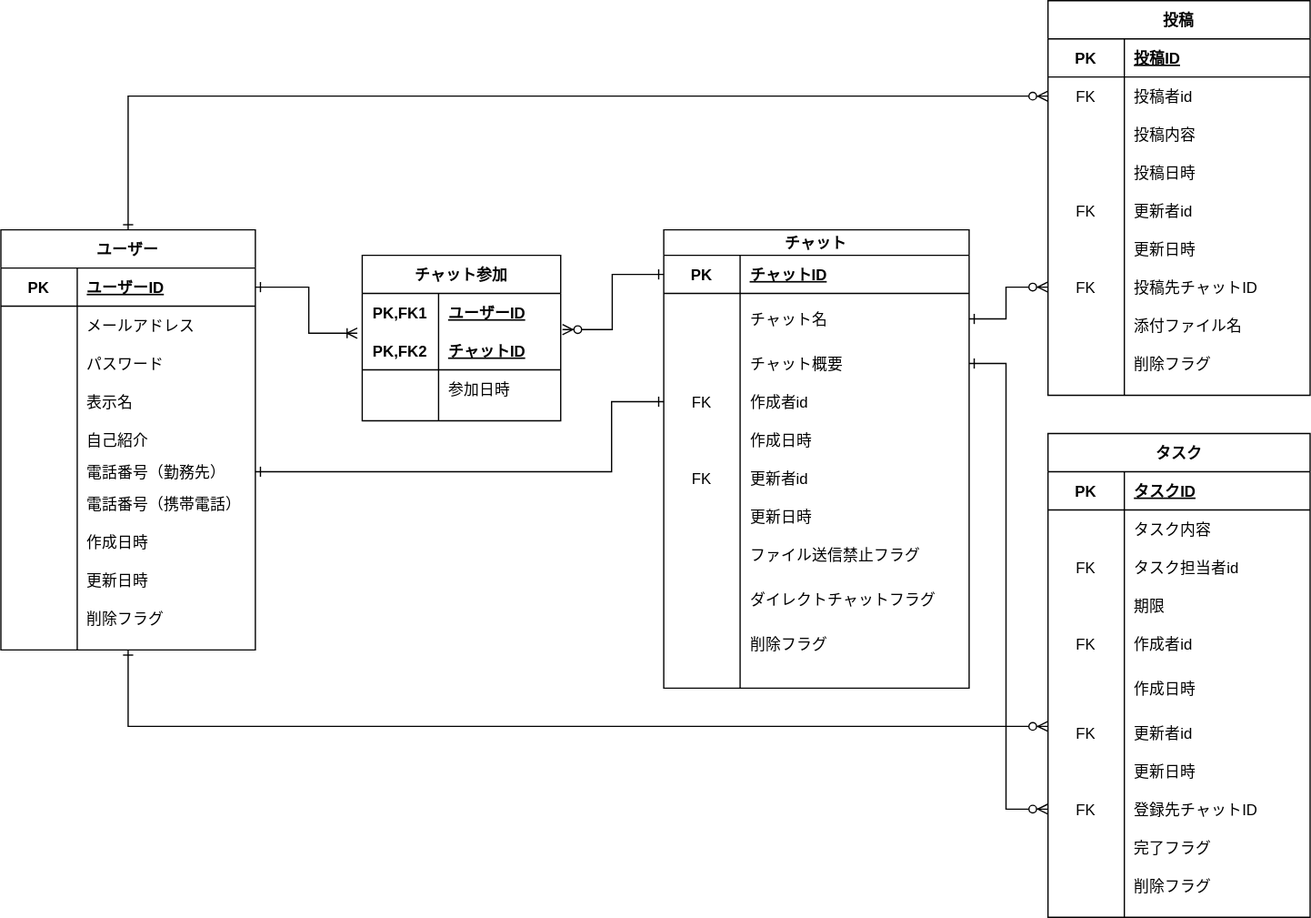
Before: db/db-challenge1/ERDiagram.drawio.svg, a diagram exported from draw.io (fjsho/codegym-db). Source tidied: cells renumbered, new cells last; positions are measured from the earlier drawing's top-left corner, leaving out a move shared by most shapes.
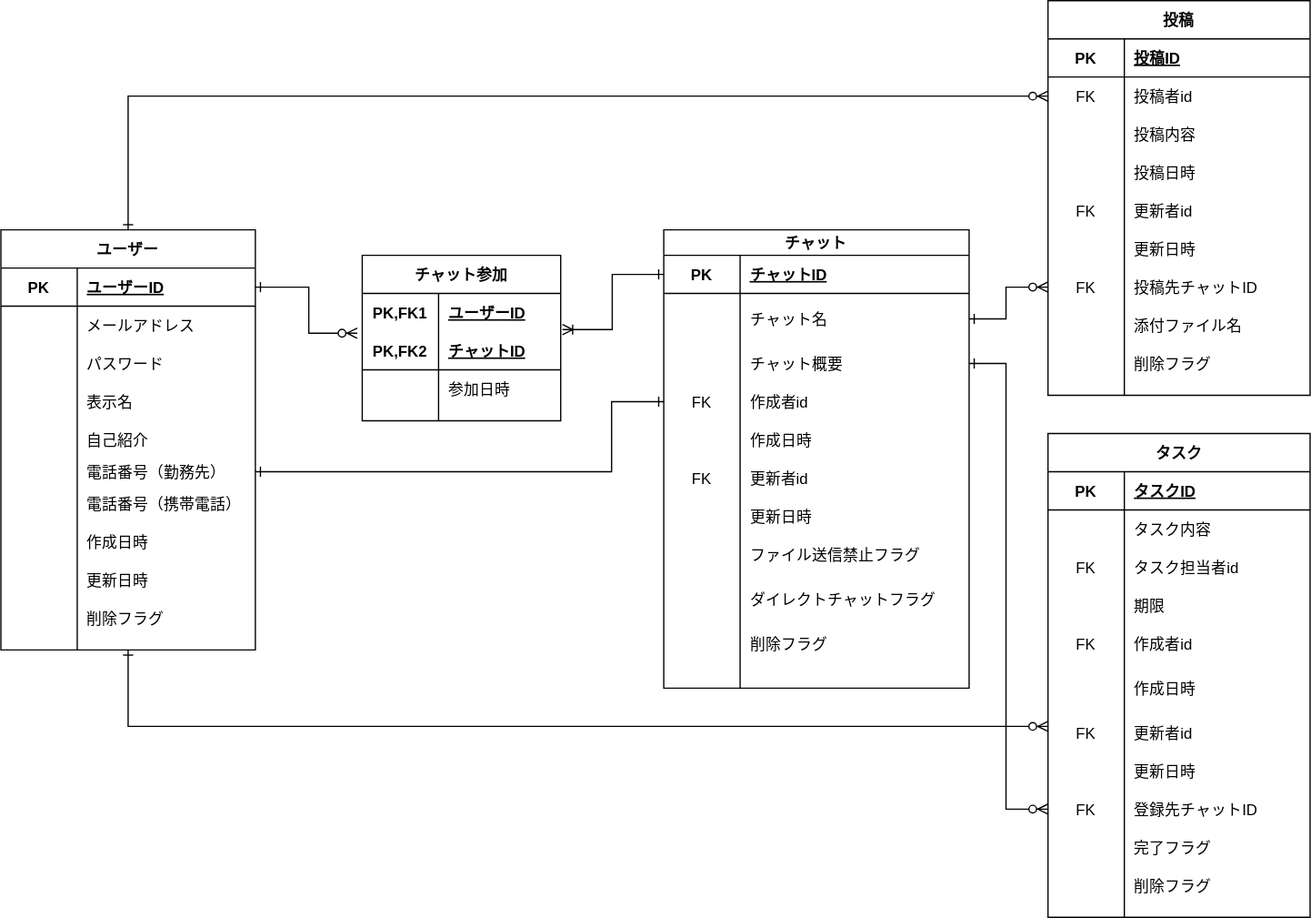
The same file after the commit.

Commit message:
[fix]チャット参加テーブルのカーディナリティ修正

The edit, as a diff of the source:
```diff
@@ -2,7 +2,7 @@
   <root>
     <mxCell id="0" />
     <mxCell id="1" parent="0" />
-    <mxCell id="2" style="edgeStyle=orthogonalEdgeStyle;rounded=0;jettySize=auto;html=1;startArrow=ERone;startFill=0;endArrow=ERoneToMany;endFill=0;entryX=-0.025;entryY=0.04;entryDx=0;entryDy=0;entryPerimeter=0;exitX=1;exitY=0.5;exitDx=0;exitDy=0;" parent="1" edge="1" source="4" target="134">
+    <mxCell id="2" style="edgeStyle=orthogonalEdgeStyle;rounded=0;jettySize=auto;html=1;startArrow=ERone;startFill=0;endArrow=ERzeroToMany;endFill=1;entryX=-0.025;entryY=0.04;entryDx=0;entryDy=0;entryPerimeter=0;exitX=1;exitY=0.5;exitDx=0;exitDy=0;" parent="1" edge="1" source="4" target="134">
       <mxGeometry relative="1" as="geometry" />
     </mxCell>
     <mxCell id="3" value="ユーザー" style="shape=table;startSize=30;rowLines=0;fontStyle=1;align=center;" parent="1" vertex="1">
@@ -393,7 +393,7 @@
         </Array>
       </mxGeometry>
     </mxCell>
-    <mxCell id="129" style="edgeStyle=orthogonalEdgeStyle;rounded=0;jettySize=auto;html=1;exitX=0;exitY=0.5;exitDx=0;exitDy=0;startArrow=ERone;startFill=0;endArrow=ERzeroToMany;endFill=1;entryX=1.009;entryY=0.945;entryDx=0;entryDy=0;entryPerimeter=0;" parent="1" edge="1" source="36" target="131">
+    <mxCell id="129" style="edgeStyle=orthogonalEdgeStyle;rounded=0;jettySize=auto;html=1;exitX=0;exitY=0.5;exitDx=0;exitDy=0;startArrow=ERone;startFill=0;endArrow=ERoneToMany;endFill=0;entryX=1.009;entryY=0.945;entryDx=0;entryDy=0;entryPerimeter=0;" parent="1" edge="1" source="36" target="131">
       <mxGeometry relative="1" as="geometry" />
     </mxCell>
     <mxCell id="130" value="チャット参加" style="shape=table;startSize=30;rowLines=0;fontStyle=1;align=center;" parent="1" vertex="1">
```
